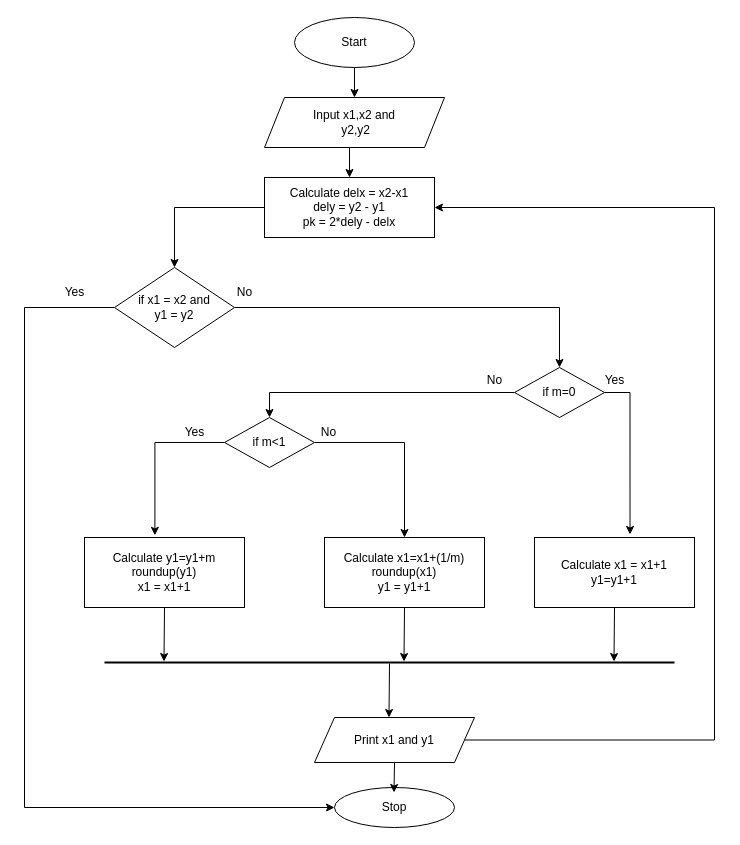
Nasrinjaha/huhu keeps this draw.io diagram as dda.drawio. Above is the earlier version. Source tidied: cells renumbered, new cells numbered last; positions are measured from the earlier drawing's top-left corner, leaving out a move shared by most shapes. Both pictures are drawn from the tidied source at 100%, with x=0, y=0 at pixel (24, 17).
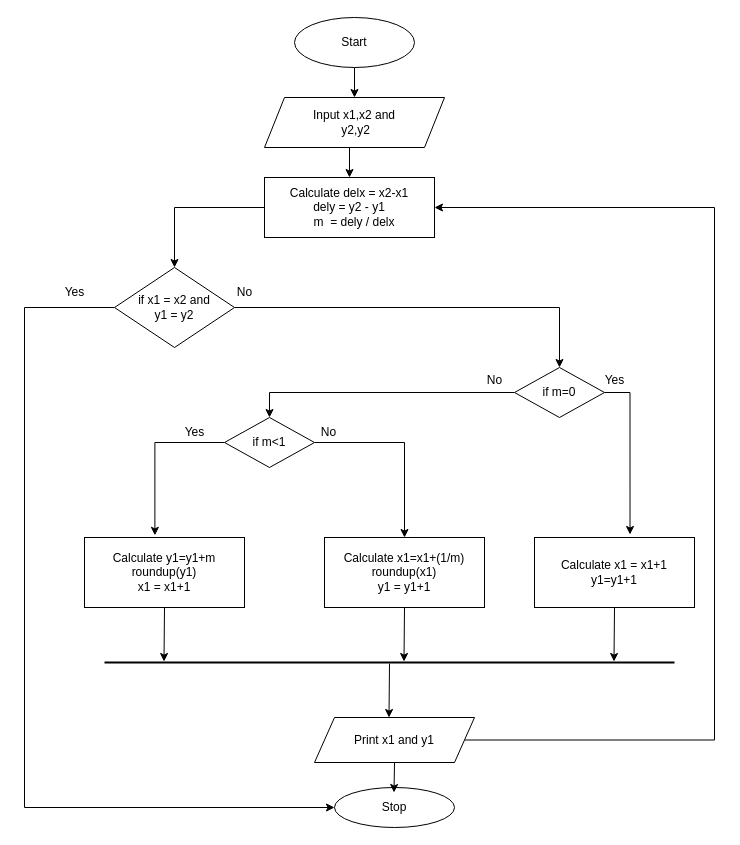
After the change.

The edit, as a diff of the source:
```diff
@@
-    <mxCell id="7" value="Calculate delx = x2-x1&lt;br&gt;dely = y2 - y1&lt;br&gt;pk = 2*dely - delx" style="rounded=0;whiteSpace=wrap;html=1;" parent="1" vertex="1">
+    <mxCell id="7" value="Calculate delx = x2-x1&lt;br&gt;dely = y2 - y1&lt;br&gt;&amp;nbsp; &amp;nbsp;m&amp;nbsp; = dely / delx" style="rounded=0;whiteSpace=wrap;html=1;" parent="1" vertex="1">
       <mxGeometry x="240" y="160" width="170" height="60" as="geometry" />
     </mxCell>
```
